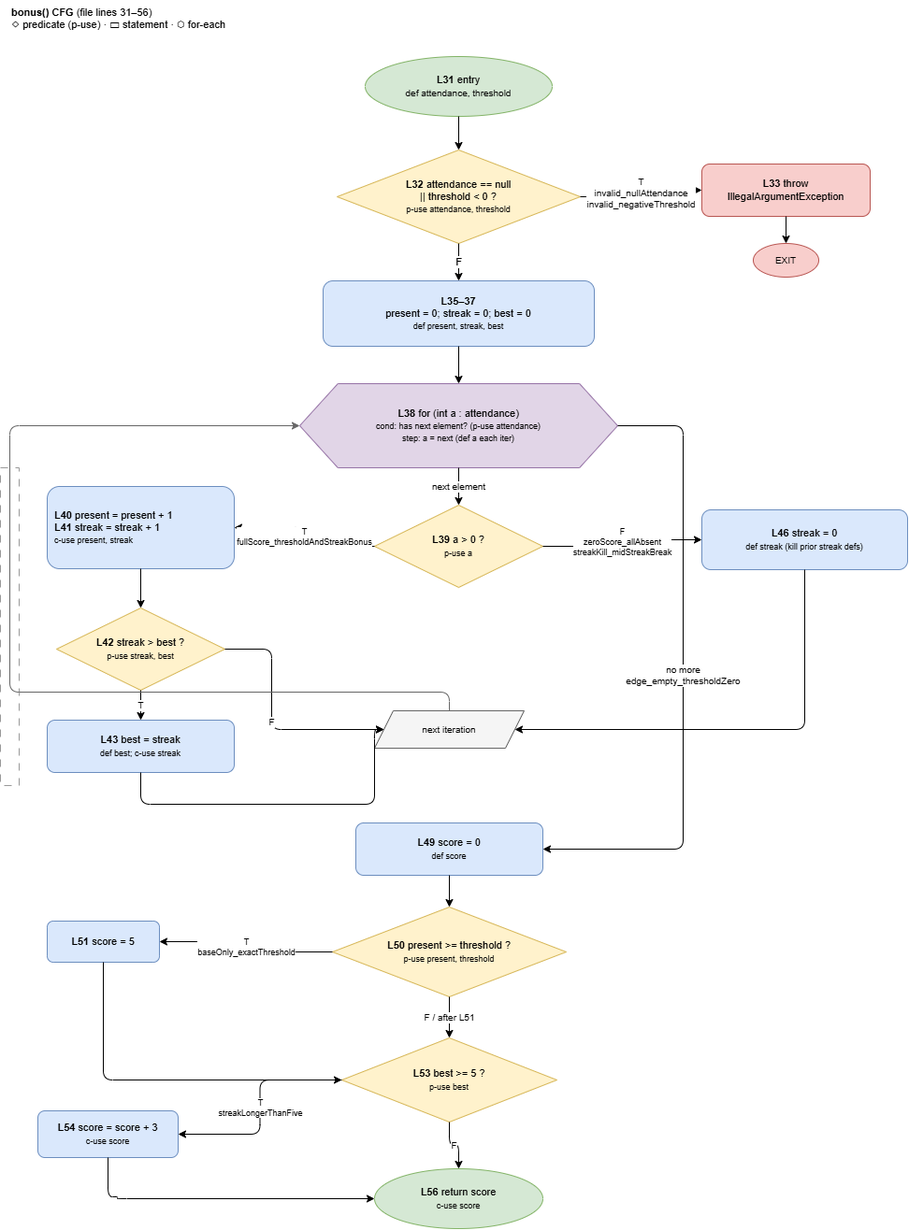
Earlier version of the draw.io export cfg-bonus.png (Monkhtsetsen/ProgramTestLab10). Source tidied: cells renumbered, new cells last; positions are measured from the earlier drawing's top-left corner, leaving out a move shared by most shapes.
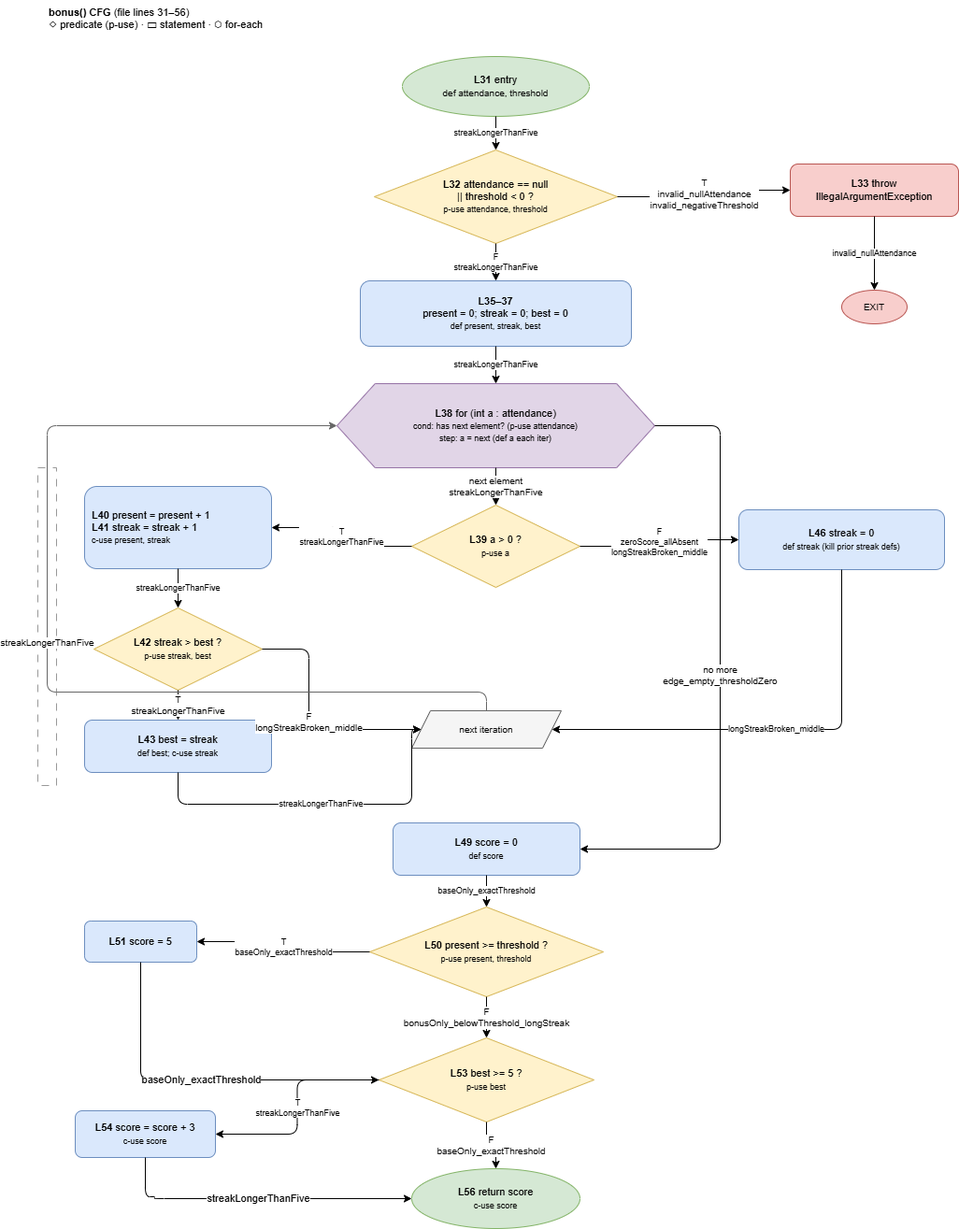
After the commit.

What changed in the source:
```diff
@@ -12,10 +12,10 @@
       <mxGeometry x="360" y="160" width="260" height="100" as="geometry" />
     </mxCell>
     <mxCell id="5" value="&lt;b&gt;L33&lt;/b&gt; throw&lt;br&gt;IllegalArgumentException" style="rounded=1;whiteSpace=wrap;html=1;fillColor=#f8cecc;strokeColor=#b85450;fontSize=11;" parent="1" vertex="1">
-      <mxGeometry x="750" y="175" width="180" height="56" as="geometry" />
+      <mxGeometry x="805" y="175" width="180" height="56" as="geometry" />
     </mxCell>
     <mxCell id="6" value="EXIT" style="ellipse;whiteSpace=wrap;html=1;fillColor=#f8cecc;strokeColor=#b85450;fontSize=10;" parent="1" vertex="1">
-      <mxGeometry x="805" y="260" width="70" height="36" as="geometry" />
+      <mxGeometry x="860" y="310" width="70" height="36" as="geometry" />
     </mxCell>
     <mxCell id="7" value="&lt;b&gt;L35–37&lt;/b&gt;&lt;br&gt;present = 0; streak = 0; best = 0&lt;br&gt;&lt;font style=&quot;font-size:9px&quot;&gt;def present, streak, best&lt;/font&gt;" style="rounded=1;whiteSpace=wrap;html=1;fillColor=#dae8fc;strokeColor=#6c8ebf;fontSize=11;" parent="1" vertex="1">
       <mxGeometry x="345" y="300" width="290" height="70" as="geometry" />
@@ -62,22 +62,22 @@
     <mxCell id="21" style="rounded=0;whiteSpace=wrap;html=1;fillColor=none;strokeColor=#999999;dashed=1;dashPattern=8 8;" parent="1" vertex="1">
       <mxGeometry y="500" width="20" height="340" as="geometry" />
     </mxCell>
-    <mxCell id="22" style="edgeStyle=orthogonalEdgeStyle;rounded=1;html=1;strokeWidth=1;" parent="1" edge="1" source="3" target="4">
+    <mxCell id="22" value="streakLongerThanFive" style="edgeStyle=orthogonalEdgeStyle;rounded=1;html=1;strokeWidth=1;fontSize=9;" parent="1" edge="1" source="3" target="4">
       <mxGeometry relative="1" as="geometry" />
     </mxCell>
     <mxCell id="23" value="T&#10;invalid_nullAttendance&#10;invalid_negativeThreshold" style="edgeStyle=orthogonalEdgeStyle;rounded=1;html=1;strokeWidth=1;fontSize=10;" parent="1" edge="1" source="4" target="5">
       <mxGeometry relative="1" as="geometry" />
     </mxCell>
-    <mxCell id="24" style="edgeStyle=orthogonalEdgeStyle;html=1;" parent="1" edge="1" source="5" target="6">
+    <mxCell id="24" value="invalid_nullAttendance" style="edgeStyle=orthogonalEdgeStyle;html=1;fontSize=9;" parent="1" edge="1" source="5" target="6">
       <mxGeometry relative="1" as="geometry" />
     </mxCell>
-    <mxCell id="25" value="F" style="edgeStyle=orthogonalEdgeStyle;rounded=1;html=1;fontSize=11;" parent="1" edge="1" source="4" target="7">
+    <mxCell id="25" value="F&#10;streakLongerThanFive" style="edgeStyle=orthogonalEdgeStyle;rounded=1;html=1;fontSize=9;" parent="1" edge="1" source="4" target="7">
       <mxGeometry relative="1" as="geometry" />
     </mxCell>
-    <mxCell id="26" style="edgeStyle=orthogonalEdgeStyle;rounded=1;html=1;" parent="1" edge="1" source="7" target="8">
+    <mxCell id="26" value="streakLongerThanFive" style="edgeStyle=orthogonalEdgeStyle;rounded=1;html=1;fontSize=9;" parent="1" edge="1" source="7" target="8">
       <mxGeometry relative="1" as="geometry" />
     </mxCell>
-    <mxCell id="27" value="next element" style="edgeStyle=orthogonalEdgeStyle;rounded=1;html=1;fontSize=10;" parent="1" edge="1" source="8" target="9">
+    <mxCell id="27" value="next element&#10;streakLongerThanFive" style="edgeStyle=orthogonalEdgeStyle;rounded=1;html=1;fontSize=10;" parent="1" edge="1" source="8" target="9">
       <mxGeometry relative="1" as="geometry" />
     </mxCell>
     <mxCell id="28" value="no more&#10;edge_empty_thresholdZero" style="edgeStyle=orthogonalEdgeStyle;rounded=1;html=1;fontSize=10;exitX=1;exitY=0.5;entryX=1;entryY=0.5;" parent="1" edge="1" source="8" target="15">
@@ -88,19 +88,19 @@
         </Array>
       </mxGeometry>
     </mxCell>
-    <mxCell id="29" value="T&#10;fullScore_thresholdAndStreakBonus" style="edgeStyle=orthogonalEdgeStyle;rounded=1;html=1;fontSize=9;exitX=0;exitY=0.5;" parent="1" edge="1" source="9" target="10">
+    <mxCell id="29" value="T&#10;streakLongerThanFive" style="edgeStyle=orthogonalEdgeStyle;rounded=1;html=1;fontSize=9;exitX=0;exitY=0.5;" parent="1" edge="1" source="9" target="10">
       <mxGeometry relative="1" as="geometry" />
     </mxCell>
-    <mxCell id="30" value="F&#10;zeroScore_allAbsent&#10;streakKill_midStreakBreak" style="edgeStyle=orthogonalEdgeStyle;rounded=1;html=1;fontSize=9;exitX=1;exitY=0.5;" parent="1" edge="1" source="9" target="13">
+    <mxCell id="30" value="F&#10;zeroScore_allAbsent&#10;longStreakBroken_middle" style="edgeStyle=orthogonalEdgeStyle;rounded=1;html=1;fontSize=9;exitX=1;exitY=0.5;" parent="1" edge="1" source="9" target="13">
       <mxGeometry relative="1" as="geometry" />
     </mxCell>
-    <mxCell id="31" style="edgeStyle=orthogonalEdgeStyle;rounded=1;html=1;exitX=0.5;exitY=1;" parent="1" edge="1" source="10" target="11">
+    <mxCell id="31" value="streakLongerThanFive" style="edgeStyle=orthogonalEdgeStyle;rounded=1;html=1;exitX=0.5;exitY=1;fontSize=9;" parent="1" edge="1" source="10" target="11">
       <mxGeometry relative="1" as="geometry" />
     </mxCell>
-    <mxCell id="32" value="T" style="edgeStyle=orthogonalEdgeStyle;rounded=1;html=1;fontSize=10;" parent="1" edge="1" source="11" target="12">
+    <mxCell id="32" value="T&#10;streakLongerThanFive" style="edgeStyle=orthogonalEdgeStyle;rounded=1;html=1;fontSize=10;" parent="1" edge="1" source="11" target="12">
       <mxGeometry relative="1" as="geometry" />
     </mxCell>
-    <mxCell id="33" value="F" style="edgeStyle=orthogonalEdgeStyle;rounded=1;html=1;fontSize=10;exitX=1;exitY=0.5;" parent="1" edge="1" source="11" target="14">
+    <mxCell id="33" value="F&#10;longStreakBroken_middle" style="edgeStyle=orthogonalEdgeStyle;rounded=1;html=1;fontSize=10;exitX=1;exitY=0.5;" parent="1" edge="1" source="11" target="14">
       <mxGeometry relative="1" as="geometry">
         <Array as="points">
           <mxPoint x="290" y="694" />
@@ -108,7 +108,7 @@
         </Array>
       </mxGeometry>
     </mxCell>
-    <mxCell id="34" style="edgeStyle=orthogonalEdgeStyle;rounded=1;html=1;exitX=0.5;exitY=1;entryX=0;entryY=0.5;" parent="1" edge="1" source="12" target="14">
+    <mxCell id="34" value="streakLongerThanFive" style="edgeStyle=orthogonalEdgeStyle;rounded=1;html=1;exitX=0.5;exitY=1;entryX=0;entryY=0.5;fontSize=9;" parent="1" edge="1" source="12" target="14">
       <mxGeometry relative="1" as="geometry">
         <Array as="points">
           <mxPoint x="150" y="860" />
@@ -116,14 +116,14 @@
         </Array>
       </mxGeometry>
     </mxCell>
-    <mxCell id="35" style="edgeStyle=orthogonalEdgeStyle;rounded=1;html=1;exitX=0.5;exitY=1;entryX=1;entryY=0.5;" parent="1" edge="1" source="13" target="14">
+    <mxCell id="35" value="longStreakBroken_middle" style="edgeStyle=orthogonalEdgeStyle;rounded=1;html=1;exitX=0.5;exitY=1;entryX=1;entryY=0.5;fontSize=9;" parent="1" edge="1" source="13" target="14">
       <mxGeometry relative="1" as="geometry">
         <Array as="points">
           <mxPoint x="860" y="780" />
         </Array>
       </mxGeometry>
     </mxCell>
-    <mxCell id="36" style="edgeStyle=orthogonalEdgeStyle;rounded=1;html=1;exitX=0.5;exitY=0;entryX=0;entryY=0.5;fontSize=10;strokeColor=#666666;" parent="1" edge="1" source="14" target="8">
+    <mxCell id="36" value="streakLongerThanFive" style="edgeStyle=orthogonalEdgeStyle;rounded=1;html=1;exitX=0.5;exitY=0;entryX=0;entryY=0.5;fontSize=10;strokeColor=#666666;" parent="1" edge="1" source="14" target="8">
       <mxGeometry relative="1" as="geometry">
         <Array as="points">
           <mxPoint x="10" y="740" />
@@ -132,29 +132,29 @@
         </Array>
       </mxGeometry>
     </mxCell>
-    <mxCell id="37" style="edgeStyle=orthogonalEdgeStyle;rounded=1;html=1;" parent="1" edge="1" source="15" target="16">
+    <mxCell id="37" value="baseOnly_exactThreshold" style="edgeStyle=orthogonalEdgeStyle;rounded=1;html=1;fontSize=9;" parent="1" edge="1" source="15" target="16">
       <mxGeometry relative="1" as="geometry" />
     </mxCell>
     <mxCell id="38" value="T&#10;baseOnly_exactThreshold" style="edgeStyle=orthogonalEdgeStyle;rounded=1;html=1;fontSize=9;exitX=0;exitY=0.5;" parent="1" edge="1" source="16" target="17">
       <mxGeometry relative="1" as="geometry" />
     </mxCell>
-    <mxCell id="39" style="edgeStyle=orthogonalEdgeStyle;rounded=1;html=1;exitX=0.5;exitY=1;entryX=0;entryY=0.5;" parent="1" edge="1" source="17" target="18">
+    <mxCell id="39" value="baseOnly_exactThreshold" style="edgeStyle=orthogonalEdgeStyle;rounded=1;html=1;exitX=0.5;exitY=1;entryX=0;entryY=0.5;" parent="1" edge="1" source="17" target="18">
       <mxGeometry relative="1" as="geometry">
         <Array as="points">
           <mxPoint x="110" y="1155" />
         </Array>
       </mxGeometry>
     </mxCell>
-    <mxCell id="40" value="F / after L51" style="edgeStyle=orthogonalEdgeStyle;rounded=1;html=1;fontSize=10;exitX=0.5;exitY=1;" parent="1" edge="1" source="16" target="18">
+    <mxCell id="40" value="F&#10;bonusOnly_belowThreshold_longStreak" style="edgeStyle=orthogonalEdgeStyle;rounded=1;html=1;fontSize=10;exitX=0.5;exitY=1;" parent="1" edge="1" source="16" target="18">
       <mxGeometry relative="1" as="geometry" />
     </mxCell>
     <mxCell id="41" value="T&#10;streakLongerThanFive" style="edgeStyle=orthogonalEdgeStyle;rounded=1;html=1;fontSize=9;exitX=0;exitY=0.5;" parent="1" edge="1" source="18" target="19">
       <mxGeometry relative="1" as="geometry" />
     </mxCell>
-    <mxCell id="42" value="F" style="edgeStyle=orthogonalEdgeStyle;rounded=1;html=1;fontSize=10;exitX=0.5;exitY=1;" parent="1" edge="1" source="18" target="20">
+    <mxCell id="42" value="F&#10;baseOnly_exactThreshold" style="edgeStyle=orthogonalEdgeStyle;rounded=1;html=1;fontSize=10;exitX=0.5;exitY=1;" parent="1" edge="1" source="18" target="20">
       <mxGeometry relative="1" as="geometry" />
     </mxCell>
-    <mxCell id="43" style="edgeStyle=orthogonalEdgeStyle;rounded=1;html=1;exitX=0.5;exitY=1;entryX=0;entryY=0.5;" parent="1" edge="1" source="19" target="20">
+    <mxCell id="43" value="streakLongerThanFive" style="edgeStyle=orthogonalEdgeStyle;rounded=1;html=1;exitX=0.5;exitY=1;entryX=0;entryY=0.5;" parent="1" edge="1" source="19" target="20">
       <mxGeometry relative="1" as="geometry">
         <Array as="points">
           <mxPoint x="125" y="1280" />
```
